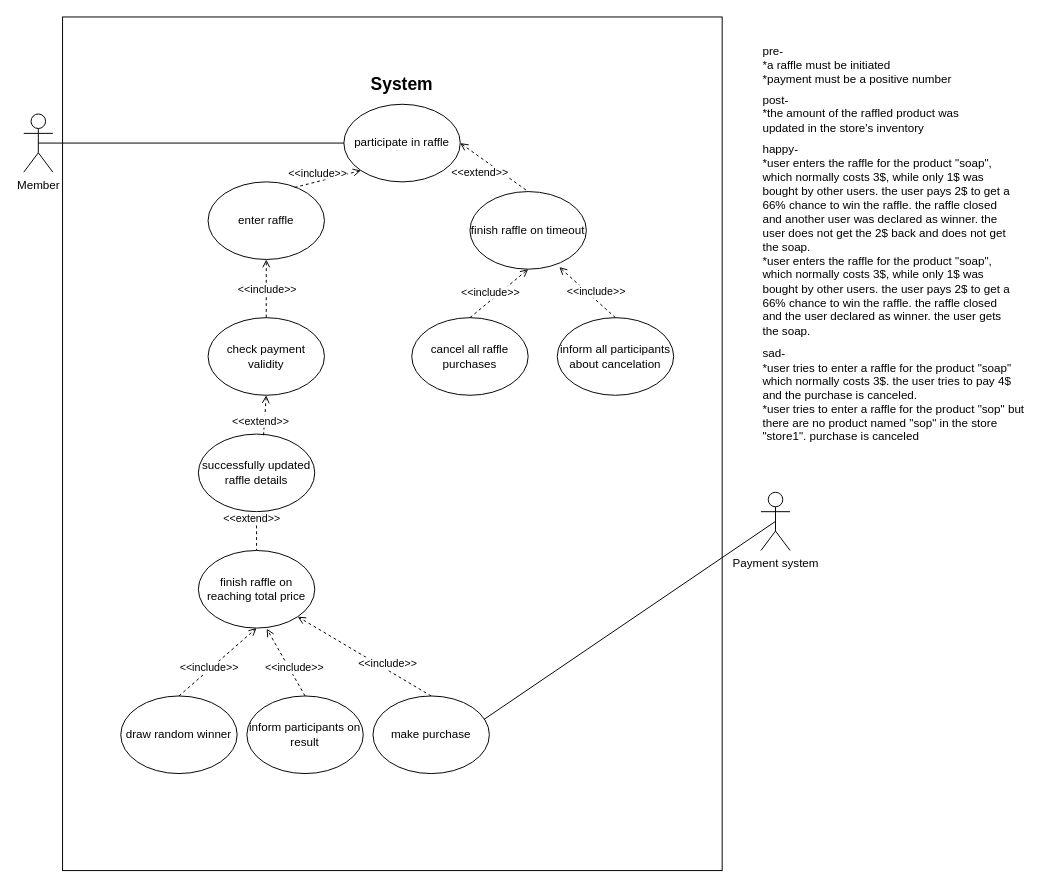
Before: page "raffle purchase" (5 of 5) of use cases/use case 2.9.drawio in LevyIfta/Team-19B-Project, a draw.io diagram. Source tidied: cells renumbered, new cells numbered last; positions are measured from the earlier drawing's top-left corner, leaving out a move shared by most shapes. Both pictures are drawn from the tidied source at 97%, with x=0, y=0 at pixel (23, 16).
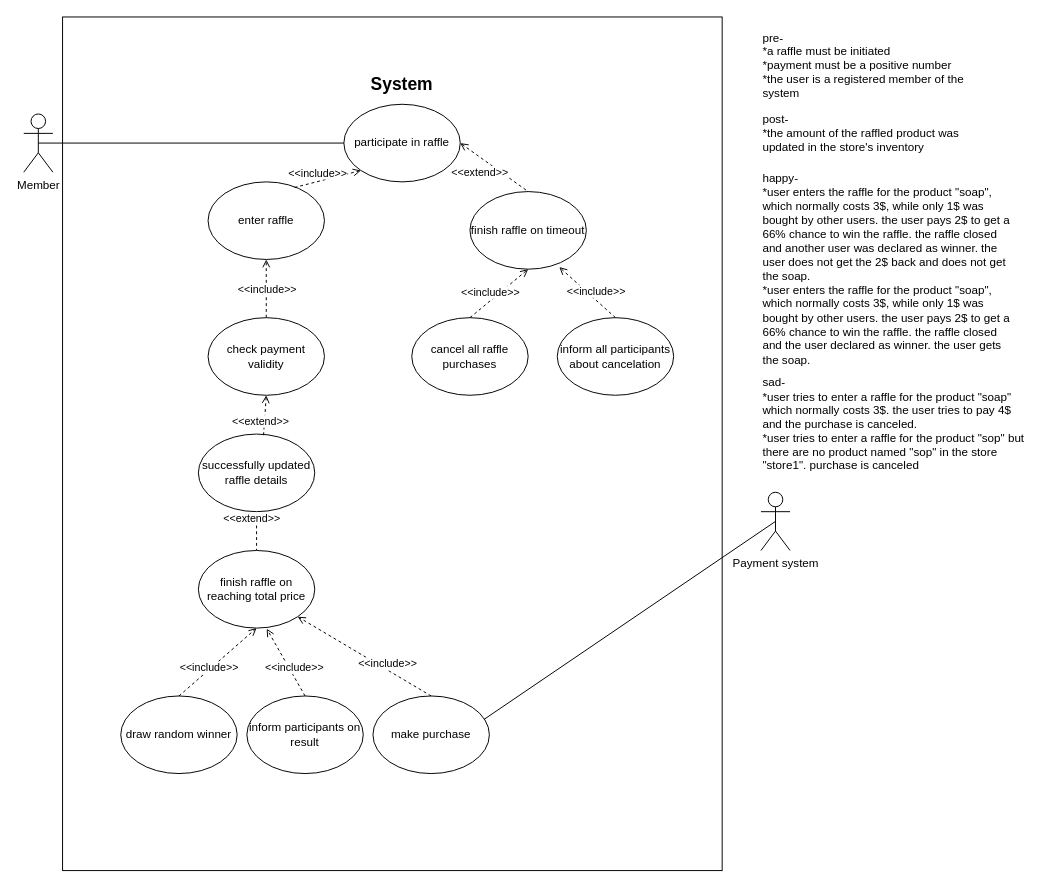
The same diagram, later.

What changed in the source:
```diff
@@
-    <mxCell id="39" value="pre-&lt;br&gt;*a raffle must be initiated&lt;br&gt;*payment must be a positive number" style="text;html=1;strokeColor=none;fillColor=none;align=left;verticalAlign=middle;whiteSpace=wrap;rounded=0;" parent="1" vertex="1">
+    <mxCell id="39" value="pre-&lt;br&gt;*a raffle must be initiated&lt;br&gt;*payment must be a positive number&lt;br&gt;*the user is a registered member of the system" style="text;html=1;strokeColor=none;fillColor=none;align=left;verticalAlign=middle;whiteSpace=wrap;rounded=0;" parent="1" vertex="1">
       <mxGeometry x="760" y="40" width="230" height="20" as="geometry" />
     </mxCell>
     <mxCell id="40" value="post-&lt;br&gt;*the amount of the raffled product was updated in the store's inventory" style="text;html=1;strokeColor=none;fillColor=none;align=left;verticalAlign=middle;whiteSpace=wrap;rounded=0;" parent="1" vertex="1">
-      <mxGeometry x="760" y="90" width="240" height="20" as="geometry" />
+      <mxGeometry x="760" y="110" width="240" height="20" as="geometry" />
     </mxCell>
     <mxCell id="41" value="&lt;div&gt;&lt;span&gt;happy-&lt;/span&gt;&lt;/div&gt;&lt;div&gt;&lt;span&gt;*user enters the raffle for the product &quot;soap&quot;, which normally costs 3$, while only 1$ was bought by other users. the user pays 2$ to get a 66% chance to win the raffle. the raffle closed and another user was declared as winner. the user does not get the 2$ back and does not get the soap.&lt;/span&gt;&lt;/div&gt;*user enters the raffle for the product &quot;soap&quot;, which normally costs 3$, while only 1$ was bought by other users. the user pays 2$ to get a 66% chance to win the raffle. the raffle closed and the user declared as winner. the user gets the soap." style="text;html=1;strokeColor=none;fillColor=none;align=left;verticalAlign=middle;whiteSpace=wrap;rounded=0;" parent="1" vertex="1">
-      <mxGeometry x="760" y="220" width="260" height="20" as="geometry" />
+      <mxGeometry x="760" y="250" width="260" height="20" as="geometry" />
     </mxCell>
     <mxCell id="42" value="sad-&lt;br&gt;*user tries to enter a raffle for the product &quot;soap&quot; which normally costs 3$. the user tries to pay 4$ and the purchase is canceled.&lt;br&gt;*user tries to enter a raffle for the product &quot;sop&quot; but there are no product named &quot;sop&quot; in the store &quot;store1&quot;. purchase is canceled" style="text;html=1;strokeColor=none;fillColor=none;align=left;verticalAlign=middle;whiteSpace=wrap;rounded=0;" parent="1" vertex="1">
-      <mxGeometry x="760" y="380" width="280" height="20" as="geometry" />
+      <mxGeometry x="760" y="410" width="280" height="20" as="geometry" />
     </mxCell>
```
